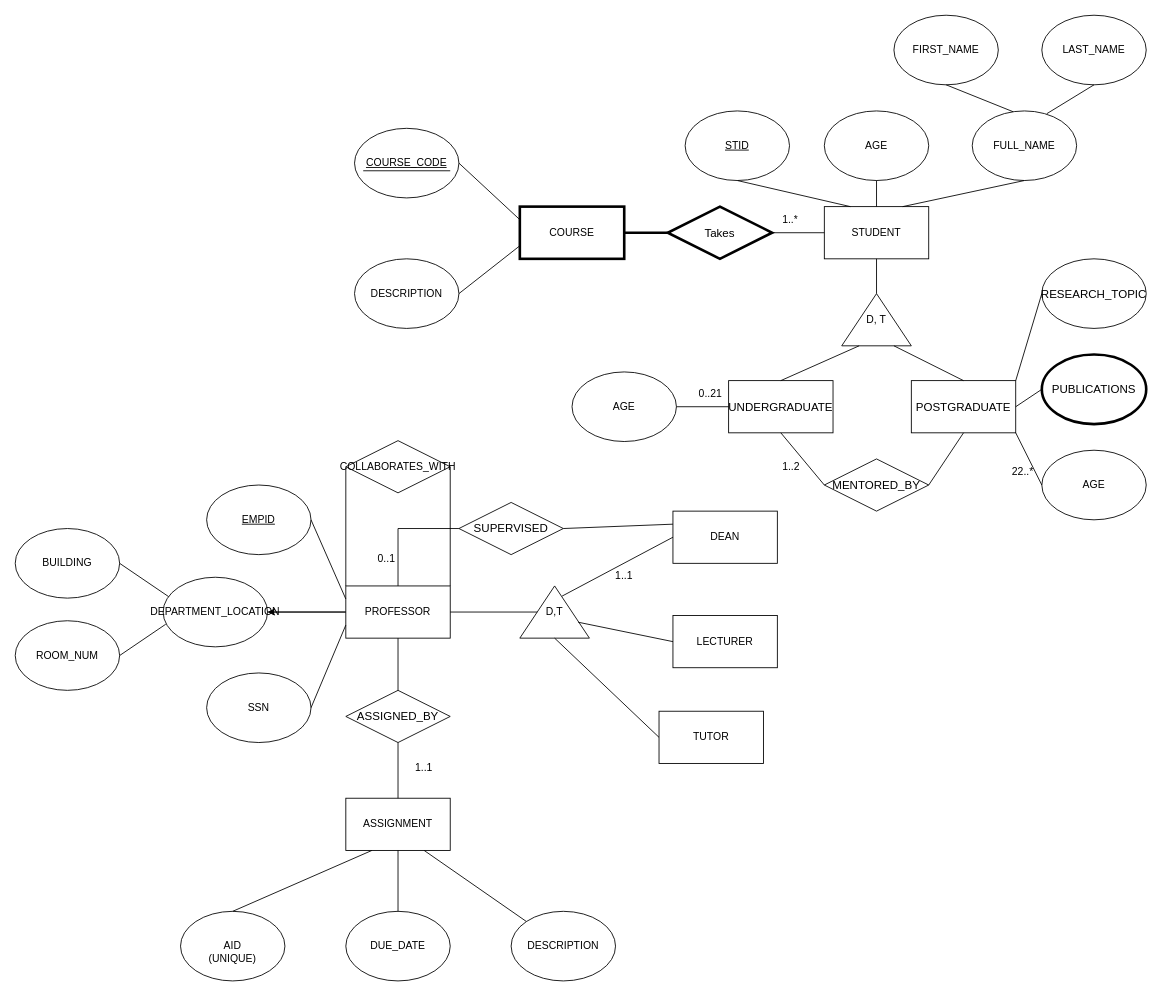
Earlier version of the draw.io diagram DM-HW1_Janis & Cuihuan.drawio (us-ja/Data_Management). Source tidied: cells renumbered, new cells numbered last; positions are measured from the earlier drawing's top-left corner, leaving out a move shared by most shapes. Both pictures are drawn from the tidied source at 87%, with x=0, y=0 at pixel (15, 15).
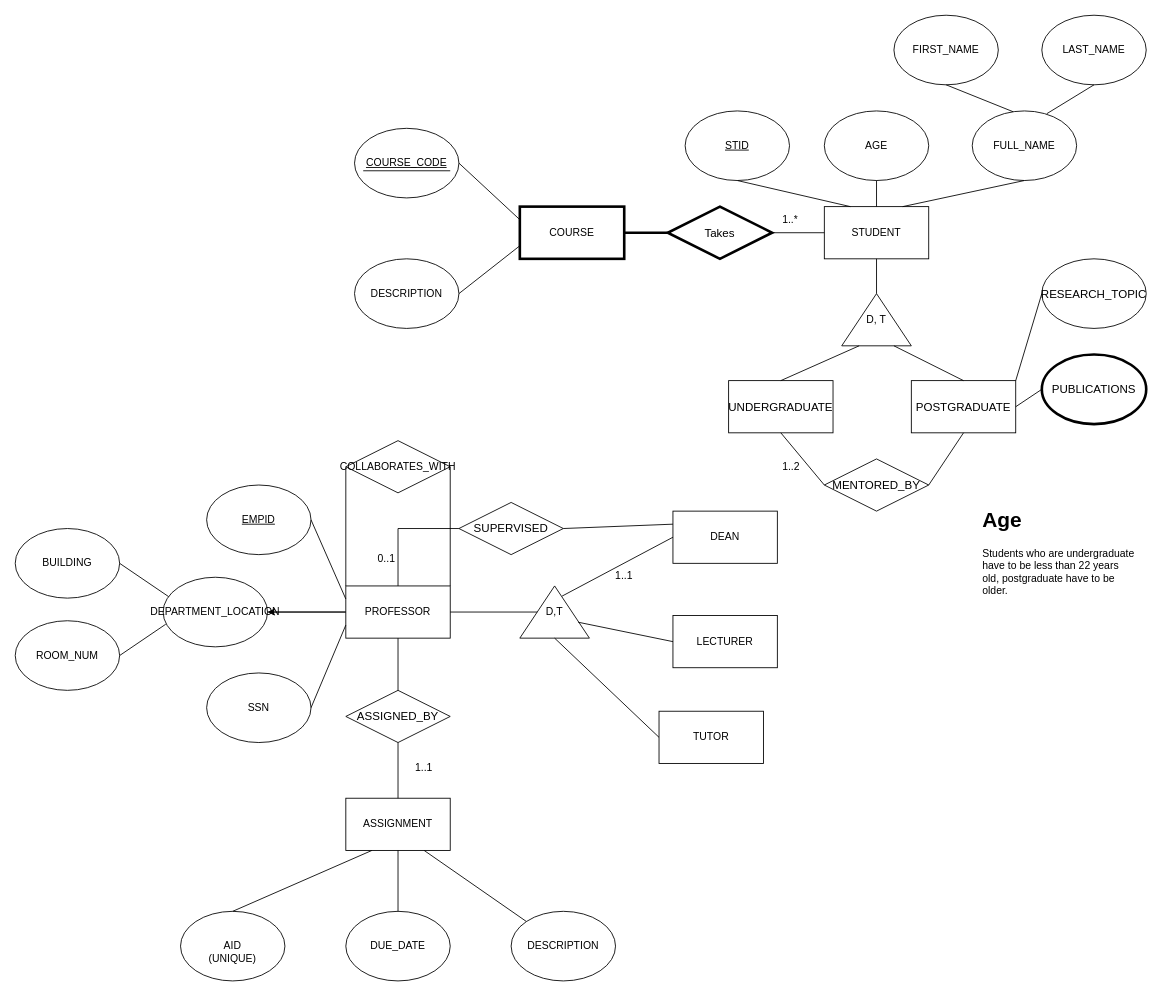
After the change.

Commit message:
change regarding age

Unchanged cells that the change refers to:
```xml
<mxCell id="15" value="&lt;div style=&quot;caret-color: rgb(0, 0, 0); color: rgb(0, 0, 0); font-style: normal; font-variant-caps: normal; font-weight: 400; letter-spacing: normal; orphans: auto; text-align: start; text-indent: 0px; text-transform: none; white-space: normal; widows: auto; word-spacing: 0px; -webkit-text-stroke-width: 0px; text-decoration: none;&quot;&gt;&lt;span style=&quot;font-size: 9.96264pt; font-family: LMRoman10-Regular; color: rgb(0, 0, 0);&quot;&gt;UNDERGRADUATE&lt;/span&gt;&lt;/div&gt;" style="rounded=0;whiteSpace=wrap;html=1;" parent="1" vertex="1">
  <mxGeometry x="820" y="420" width="120" height="60" as="geometry" />
</mxCell>
<mxCell id="16" value="&lt;div style=&quot;caret-color: rgb(0, 0, 0); color: rgb(0, 0, 0); font-style: normal; font-variant-caps: normal; font-weight: 400; letter-spacing: normal; orphans: auto; text-align: start; text-indent: 0px; text-transform: none; white-space: normal; widows: auto; word-spacing: 0px; -webkit-text-stroke-width: 0px; text-decoration: none;&quot;&gt;&lt;span style=&quot;font-size: 9.96264pt; font-family: LMRoman10-Regular; color: rgb(0, 0, 0);&quot;&gt;POSTGRADUATE&lt;/span&gt;&lt;/div&gt;" style="rounded=0;whiteSpace=wrap;html=1;" parent="1" vertex="1">
  <mxGeometry x="1030" y="420" width="120" height="60" as="geometry" />
</mxCell>
```

What changed in the source:
```diff
@@
-    <mxCell id="23" value="AGE" style="ellipse;whiteSpace=wrap;html=1;labelBorderColor=none;" parent="1" vertex="1">
-      <mxGeometry x="640" y="410" width="120" height="80" as="geometry" />
-    </mxCell>
-    <mxCell id="24" value="AGE" style="ellipse;whiteSpace=wrap;html=1;labelBorderColor=none;" parent="1" vertex="1">
-      <mxGeometry x="1180" y="500" width="120" height="80" as="geometry" />
-    </mxCell>
-    <mxCell id="25" style="endArrow=none;html=1;rounded=0;entryX=0;entryY=0.5;entryDx=0;entryDy=0;exitX=1;exitY=1;exitDx=0;exitDy=0;" parent="1" edge="1" source="16" target="24">
-      <mxGeometry relative="1" as="geometry" />
-    </mxCell>
-    <mxCell id="26" style="endArrow=none;html=1;rounded=0;exitX=1;exitY=0.5;exitDx=0;exitDy=0;entryX=0;entryY=0.5;entryDx=0;entryDy=0;" parent="1" edge="1" source="23" target="15">
-      <mxGeometry relative="1" as="geometry" />
-    </mxCell>
-    <mxCell id="27" value="0..21" style="text;strokeColor=none;fillColor=none;align=left;verticalAlign=middle;spacingLeft=4;spacingRight=4;overflow=hidden;whiteSpace=wrap;html=1;" parent="1" vertex="1">
-      <mxGeometry x="780" y="420" width="80" height="30" as="geometry" />
-    </mxCell>
-    <mxCell id="28" value="22..*" style="text;strokeColor=none;fillColor=none;align=left;verticalAlign=middle;spacingLeft=4;spacingRight=4;overflow=hidden;whiteSpace=wrap;html=1;" parent="1" vertex="1">
-      <mxGeometry x="1140" y="510" width="80" height="30" as="geometry" />
-    </mxCell>
@@
+    <mxCell id="84" value="&lt;h1 style=&quot;margin-top: 0px;&quot;&gt;Age&amp;nbsp;&lt;/h1&gt;&lt;div&gt;Students who are undergraduate have to be less than 22 years old, postgraduate have to be older.&lt;/div&gt;" style="text;html=1;whiteSpace=wrap;overflow=hidden;rounded=0;" parent="1" vertex="1">
+      <mxGeometry x="1110" y="560" width="180" height="120" as="geometry" />
+    </mxCell>
```
